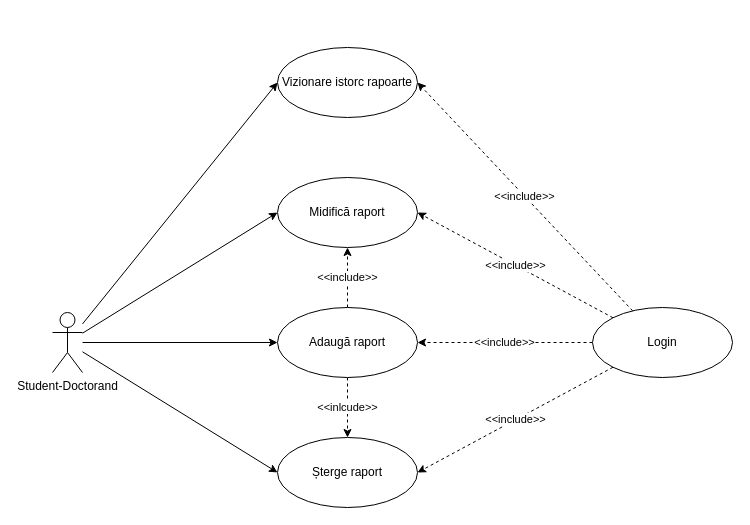
The draw.io diagram page "student use-case" (5 of 7) of files/diagrams.drawio in valentin-stamate/dashboard-activitatie-academica, before the edit. Source tidied: cells renumbered, new cells numbered last; positions are measured from the earlier drawing's top-left corner, leaving out a move shared by most shapes. Both pictures are drawn from the tidied source at 100%, with x=0, y=0 at pixel (52, 47).
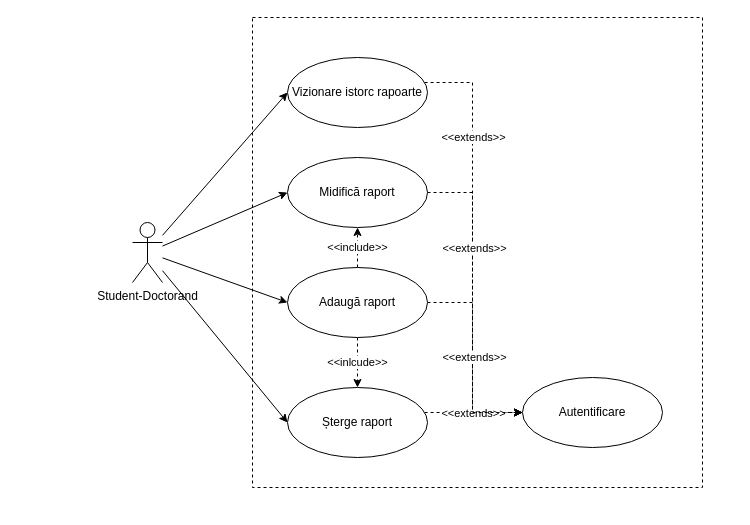
The same diagram, later.

The edit, as a diff of the source:
```diff
@@
     <mxCell id="6" value="Student-Doctorand" style="shape=umlActor;html=1;verticalLabelPosition=bottom;verticalAlign=top;align=center;" parent="1" vertex="1">
-      <mxGeometry y="265" width="30" height="60" as="geometry" />
+      <mxGeometry x="80" y="175" width="30" height="60" as="geometry" />
     </mxCell>
+    <mxCell id="18" style="edgeStyle=orthogonalEdgeStyle;rounded=0;jettySize=auto;html=1;entryX=0;entryY=0.5;entryDx=0;entryDy=0;dashed=1;" parent="1" edge="1" source="7" target="16">
+      <mxGeometry relative="1" as="geometry">
+        <Array as="points">
+          <mxPoint x="420" y="145" />
+          <mxPoint x="420" y="365" />
+        </Array>
+      </mxGeometry>
+    </mxCell>
     <mxCell id="7" value="Midifică raport" style="ellipse;whiteSpace=wrap;html=1;" parent="1" vertex="1">
-      <mxGeometry x="225" y="130" width="140" height="70" as="geometry" />
+      <mxGeometry x="235" y="110" width="140" height="70" as="geometry" />
     </mxCell>
@@
+    <mxCell id="19" style="edgeStyle=orthogonalEdgeStyle;rounded=0;jettySize=auto;html=1;entryX=0;entryY=0.5;entryDx=0;entryDy=0;dashed=1;" parent="1" edge="1" source="10" target="16">
+      <mxGeometry relative="1" as="geometry">
+        <Array as="points">
+          <mxPoint x="420" y="255" />
+          <mxPoint x="420" y="365" />
+        </Array>
+      </mxGeometry>
+    </mxCell>
     <mxCell id="10" value="Adaugă raport" style="ellipse;whiteSpace=wrap;html=1;" parent="1" vertex="1">
-      <mxGeometry x="225" y="260" width="140" height="70" as="geometry" />
+      <mxGeometry x="235" y="220" width="140" height="70" as="geometry" />
     </mxCell>
+    <mxCell id="20" style="edgeStyle=orthogonalEdgeStyle;rounded=0;jettySize=auto;html=1;dashed=1;entryX=0;entryY=0.5;entryDx=0;entryDy=0;" parent="1" edge="1" source="11" target="16">
+      <mxGeometry relative="1" as="geometry">
+        <Array as="points">
+          <mxPoint x="440" y="365" />
+          <mxPoint x="440" y="365" />
+        </Array>
+      </mxGeometry>
+    </mxCell>
+    <mxCell id="21" value="&amp;lt;&amp;lt;extends&amp;gt;&amp;gt;" style="edgeLabel;html=1;align=center;verticalAlign=middle;" parent="20" vertex="1">
+      <mxGeometry x="-0.26" relative="1" as="geometry">
+        <mxPoint x="12" as="offset" />
+      </mxGeometry>
+    </mxCell>
     <mxCell id="11" value="Șterge raport" style="ellipse;whiteSpace=wrap;html=1;" parent="1" vertex="1">
-      <mxGeometry x="225" y="390" width="140" height="70" as="geometry" />
+      <mxGeometry x="235" y="340" width="140" height="70" as="geometry" />
     </mxCell>
-    <mxCell id="12" value="&amp;lt;&amp;lt;include&amp;gt;&amp;gt;" style="edgeStyle=none;rounded=0;jettySize=auto;html=1;exitX=0;exitY=0.5;exitDx=0;exitDy=0;entryX=1;entryY=0.5;entryDx=0;entryDy=0;dashed=1;" parent="1" edge="1" source="16" target="10">
-      <mxGeometry relative="1" as="geometry" />
-    </mxCell>
-    <mxCell id="13" value="&amp;lt;&amp;lt;include&amp;gt;&amp;gt;" style="edgeStyle=none;rounded=0;jettySize=auto;html=1;exitX=0;exitY=1;exitDx=0;exitDy=0;entryX=1;entryY=0.5;entryDx=0;entryDy=0;dashed=1;" parent="1" edge="1" source="16" target="11">
-      <mxGeometry relative="1" as="geometry" />
-    </mxCell>
-    <mxCell id="14" value="&amp;lt;&amp;lt;include&amp;gt;&amp;gt;" style="edgeStyle=none;rounded=0;jettySize=auto;html=1;exitX=0;exitY=0;exitDx=0;exitDy=0;entryX=1;entryY=0.5;entryDx=0;entryDy=0;dashed=1;" parent="1" edge="1" source="16" target="7">
-      <mxGeometry relative="1" as="geometry" />
-    </mxCell>
-    <mxCell id="15" value="&amp;lt;&amp;lt;include&amp;gt;&amp;gt;" style="edgeStyle=none;rounded=0;jettySize=auto;html=1;entryX=1;entryY=0.5;entryDx=0;entryDy=0;dashed=1;" parent="1" edge="1" source="16" target="17">
-      <mxGeometry relative="1" as="geometry" />
-    </mxCell>
-    <mxCell id="16" value="Login" style="ellipse;whiteSpace=wrap;html=1;" parent="1" vertex="1">
-      <mxGeometry x="540" y="260" width="140" height="70" as="geometry" />
+    <mxCell id="16" value="Autentificare" style="ellipse;whiteSpace=wrap;html=1;" parent="1" vertex="1">
+      <mxGeometry x="470" y="330" width="140" height="70" as="geometry" />
     </mxCell>
+    <mxCell id="22" style="edgeStyle=orthogonalEdgeStyle;rounded=0;jettySize=auto;html=1;entryX=0;entryY=0.5;entryDx=0;entryDy=0;dashed=1;" parent="1" edge="1" source="17" target="16">
+      <mxGeometry relative="1" as="geometry">
+        <Array as="points">
+          <mxPoint x="420" y="35" />
+          <mxPoint x="420" y="365" />
+        </Array>
+      </mxGeometry>
+    </mxCell>
+    <mxCell id="23" value="&amp;lt;&amp;lt;extends&amp;gt;&amp;gt;" style="edgeLabel;html=1;align=center;verticalAlign=middle;" parent="22" vertex="1">
+      <mxGeometry x="-0.56" relative="1" as="geometry">
+        <mxPoint y="8" as="offset" />
+      </mxGeometry>
+    </mxCell>
+    <mxCell id="24" value="&amp;lt;&amp;lt;extends&amp;gt;&amp;gt;" style="edgeLabel;html=1;align=center;verticalAlign=middle;" parent="22" vertex="1">
+      <mxGeometry x="-0.05" y="1" relative="1" as="geometry">
+        <mxPoint y="10" as="offset" />
+      </mxGeometry>
+    </mxCell>
+    <mxCell id="25" value="&amp;lt;&amp;lt;extends&amp;gt;&amp;gt;" style="edgeLabel;html=1;align=center;verticalAlign=middle;" parent="22" vertex="1">
+      <mxGeometry x="0.49" y="1" relative="1" as="geometry">
+        <mxPoint y="3" as="offset" />
+      </mxGeometry>
+    </mxCell>
     <mxCell id="17" value="Vizionare istorc rapoarte" style="ellipse;whiteSpace=wrap;html=1;" parent="1" vertex="1">
-      <mxGeometry x="225" width="140" height="70" as="geometry" />
+      <mxGeometry x="235" y="10" width="140" height="70" as="geometry" />
     </mxCell>
+    <mxCell id="26" style="rounded=0;whiteSpace=wrap;html=1;fillColor=none;dashed=1;" parent="1" vertex="1">
+      <mxGeometry x="200" y="-30" width="450" height="470" as="geometry" />
+    </mxCell>
```
